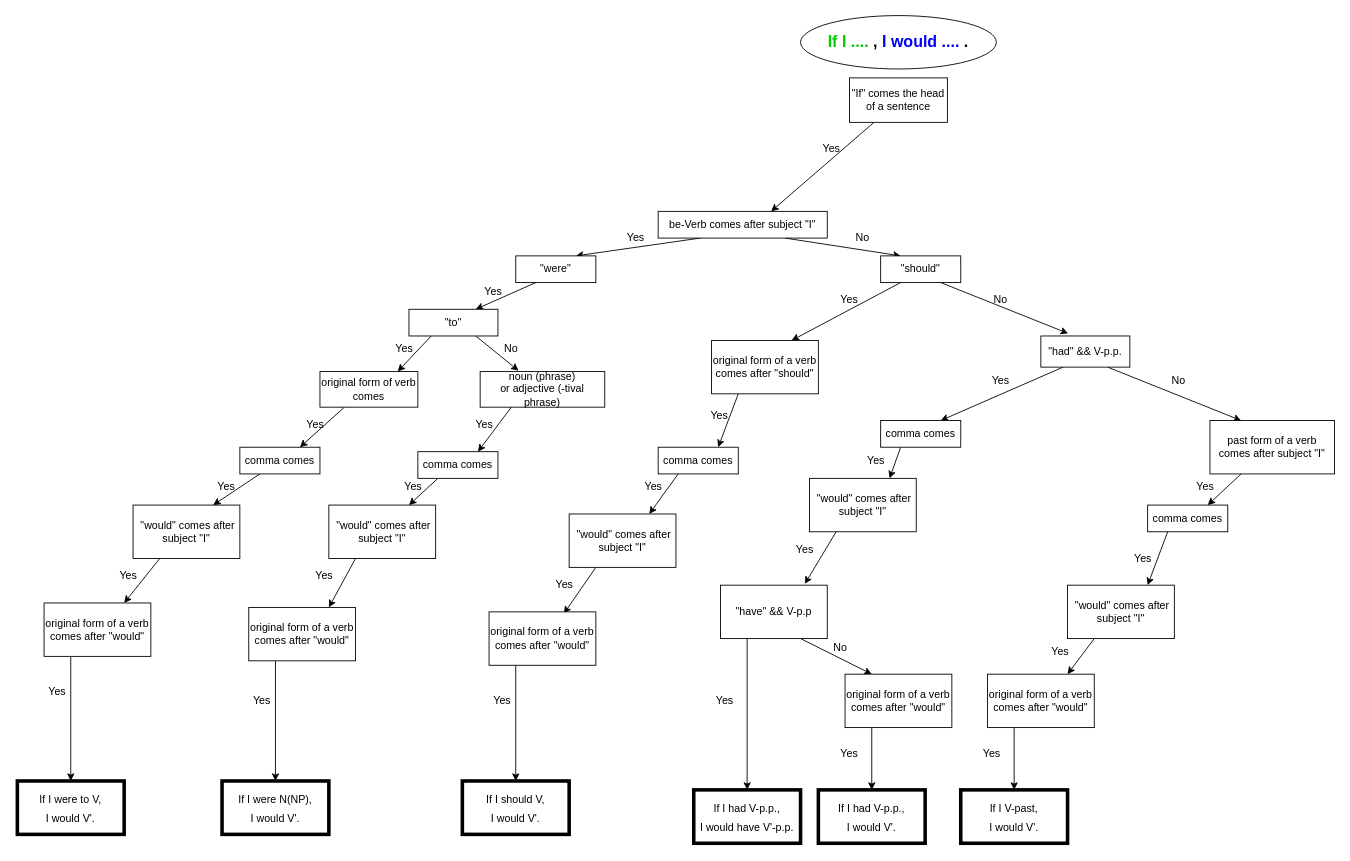
Earlier version of the draw.io diagram EL137_tree.drawio (M-Hiro-tex/Patterns_and_Language). Source tidied: cells renumbered, new cells numbered last; positions are measured from the earlier drawing's top-left corner, leaving out a move shared by most shapes. Both pictures are drawn from the tidied source at 89%, with x=0, y=0 at pixel (17, 15).
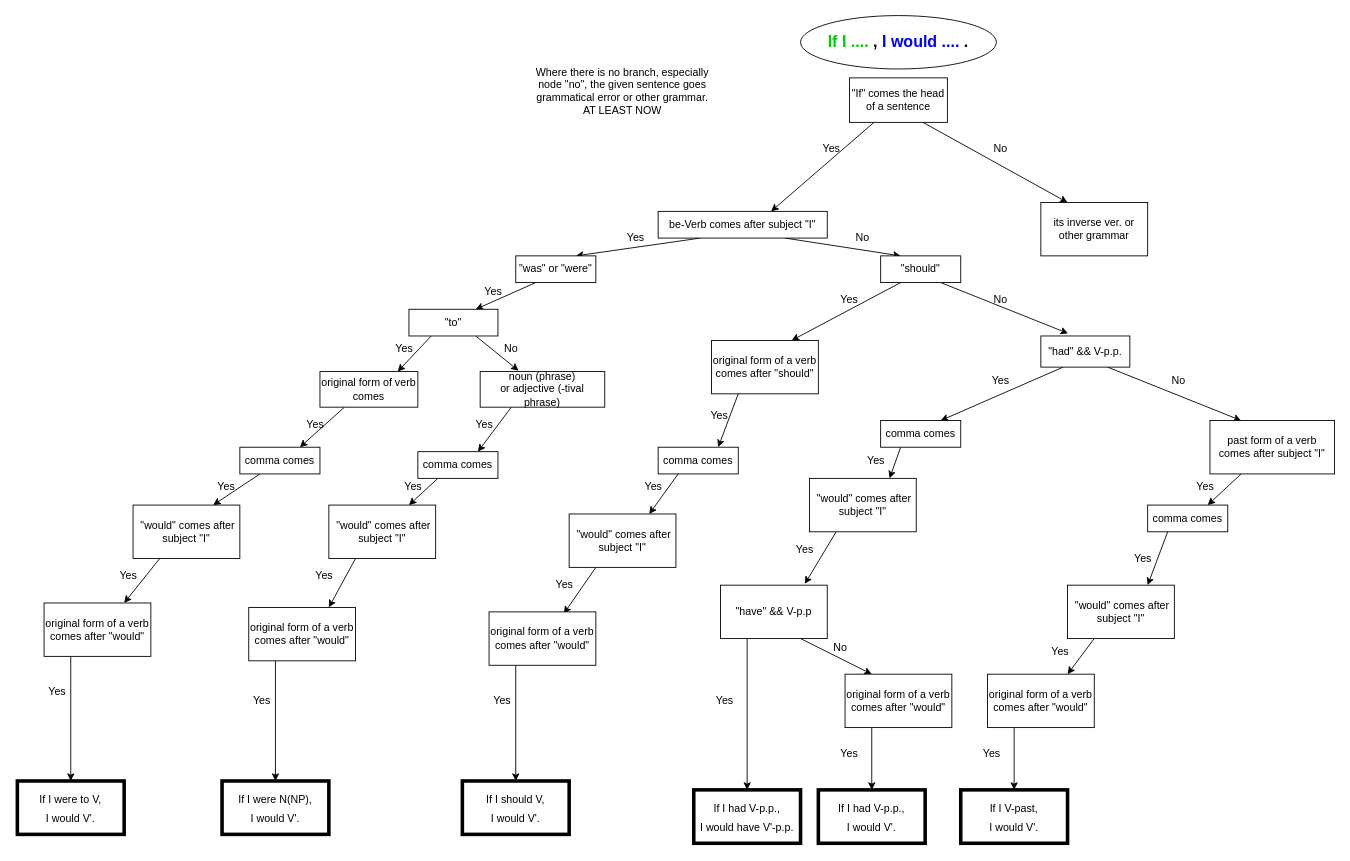
The same diagram, later.

Unchanged cells that the change refers to:
```xml
<mxCell id="37" value="&quot;If&quot; comes the head of a sentence" style="whiteSpace=wrap;html=1;fontSize=12;fontColor=#000000;strokeWidth=1;" parent="1" vertex="1">
  <mxGeometry x="935" y="70" width="110" height="50" as="geometry" />
</mxCell>
```

The edit, as a diff of the source:
```diff
@@
-    <mxCell id="6" value="&quot;were&quot;" style="whiteSpace=wrap;html=1;" parent="1" vertex="1">
+    <mxCell id="6" value="&quot;was&quot; or &quot;were&quot;" style="whiteSpace=wrap;html=1;" parent="1" vertex="1">
       <mxGeometry x="560" y="270" width="90" height="30" as="geometry" />
     </mxCell>
@@
+    <mxCell id="97" style="rounded=0;jettySize=auto;html=1;exitX=0.75;exitY=1;exitDx=0;exitDy=0;entryX=0.25;entryY=0;entryDx=0;entryDy=0;" parent="1" edge="1" source="37" target="98">
+      <mxGeometry relative="1" as="geometry" />
+    </mxCell>
@@
+    <mxCell id="98" value="its inverse ver. or other grammar" style="whiteSpace=wrap;html=1;" parent="1" vertex="1">
+      <mxGeometry x="1150" y="210" width="120" height="60" as="geometry" />
+    </mxCell>
+    <mxCell id="99" value="No" style="text;html=1;strokeColor=none;fillColor=none;align=center;verticalAlign=middle;whiteSpace=wrap;rounded=0;fontSize=12;fontColor=#000000;" parent="1" vertex="1">
+      <mxGeometry x="1090" y="140" width="30" height="20" as="geometry" />
+    </mxCell>
+    <mxCell id="100" style="edgeStyle=none;rounded=0;orthogonalLoop=1;jettySize=auto;html=1;exitX=0.75;exitY=1;exitDx=0;exitDy=0;" parent="1" edge="1">
+      <mxGeometry relative="1" as="geometry">
+        <mxPoint x="736.2" y="370" as="sourcePoint" />
+        <mxPoint x="736.2" y="370" as="targetPoint" />
+      </mxGeometry>
+    </mxCell>
+    <mxCell id="101" value="&lt;div&gt;Where there is no branch, especially node &quot;no&quot;, the given sentence goes grammatical error or other grammar.&lt;/div&gt;&lt;div&gt;AT LEAST NOW&lt;br&gt; &lt;/div&gt;" style="text;html=1;strokeColor=none;fillColor=none;align=center;verticalAlign=middle;whiteSpace=wrap;rounded=0;" parent="1" vertex="1">
+      <mxGeometry x="575" y="60" width="210" height="50" as="geometry" />
+    </mxCell>
```
